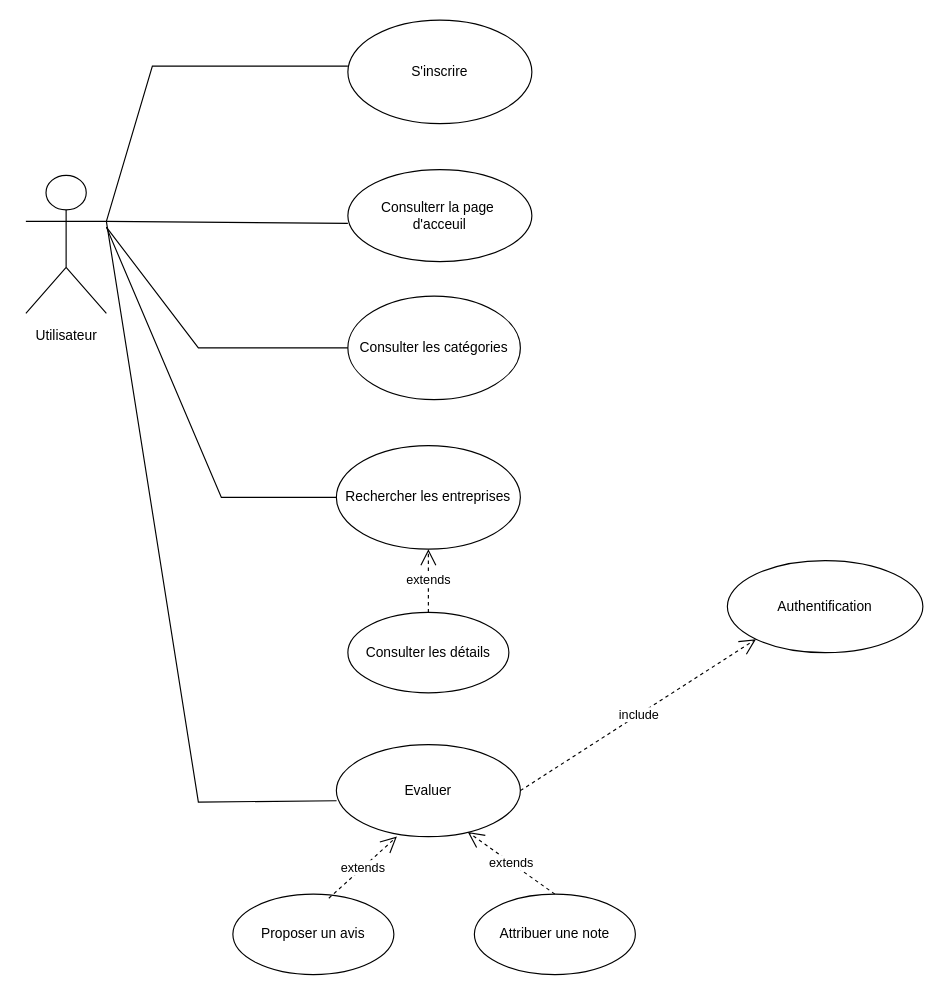
The draw.io diagram utili.drawio.drawio.drawio.drawio in Rahma3-sys/Searchgi, before the edit. Source tidied: cells renumbered, new cells numbered last; positions are measured from the earlier drawing's top-left corner, leaving out a move shared by most shapes. Both pictures are drawn from the tidied source at 115%, with x=0, y=0 at pixel (20, 20).
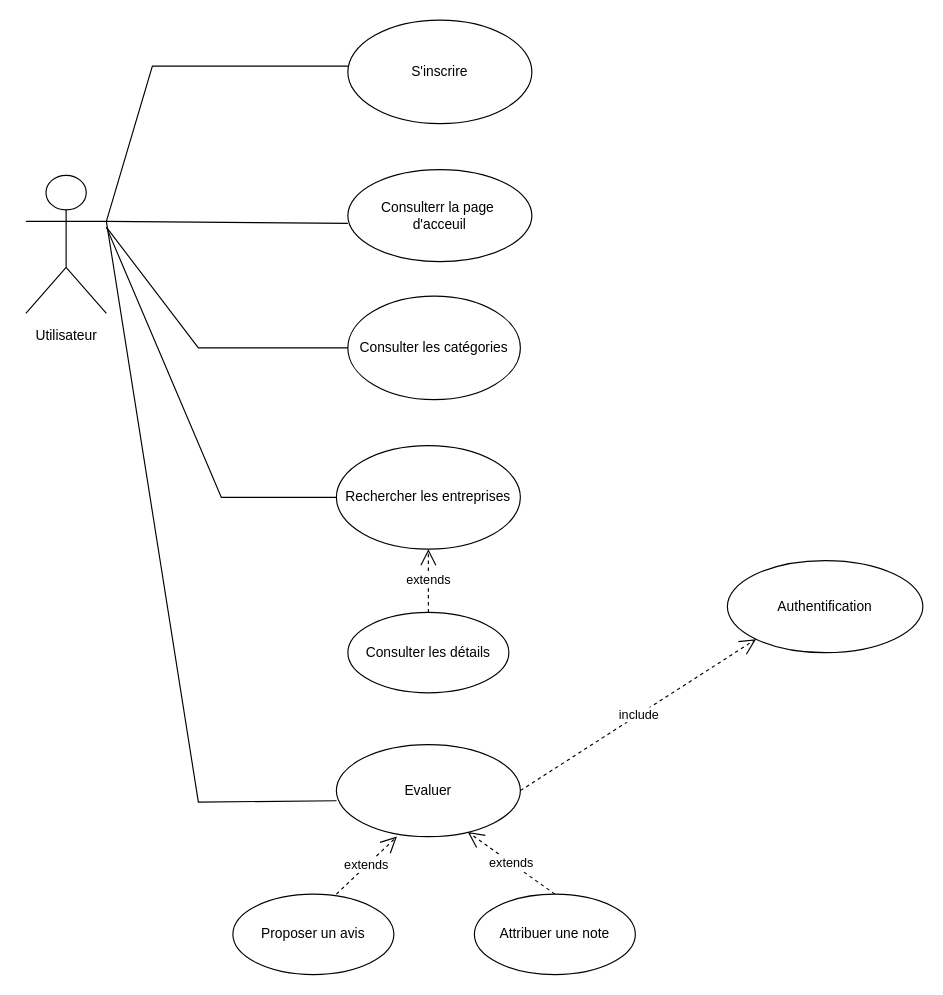
Above is the later version.

Commit message:
Mettre à jour utili.drawio.drawio.drawio.drawio

Unchanged cells that the change refers to:
```xml
<mxCell id="13" value="Evaluer" style="ellipse;whiteSpace=wrap;html=1;" parent="1" vertex="1">
  <mxGeometry x="275" y="630" width="160" height="80" as="geometry" />
</mxCell>
<mxCell id="17" value="Proposer un avis" style="ellipse;whiteSpace=wrap;html=1;" parent="1" vertex="1">
  <mxGeometry x="185" y="760" width="140" height="70" as="geometry" />
</mxCell>
```

Diff of the diagram source:
```diff
@@
-    <mxCell id="21" value="extends" style="endArrow=open;endSize=12;dashed=1;html=1;rounded=0;entryX=0.329;entryY=1;entryDx=0;entryDy=0;exitX=0.596;exitY=0.051;exitDx=0;exitDy=0;entryPerimeter=0;exitPerimeter=0;" parent="1" edge="1" source="17" target="13">
-      <mxGeometry relative="1" as="geometry" />
+    <mxCell id="21" value="extends" style="endArrow=open;endSize=12;dashed=1;html=1;rounded=0;entryX=0.329;entryY=1;entryDx=0;entryDy=0;entryPerimeter=0;" parent="1" edge="1" target="13">
+      <mxGeometry relative="1" as="geometry">
+        <mxPoint x="275" y="760" as="sourcePoint" />
+      </mxGeometry>
     </mxCell>
```
